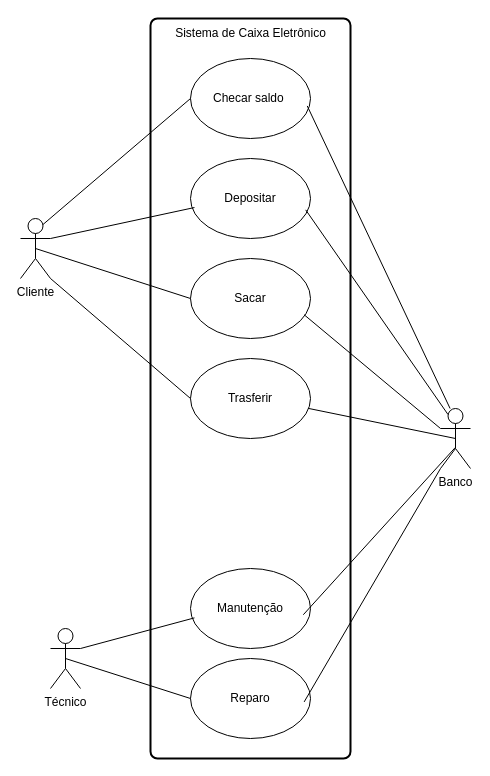
This is page "Página-2" (2 of 4) of Diagrama sem nome.drawio from Emerson0914/diagramasderequisitos, a draw.io file, before an edit. Source tidied: cells renumbered, new cells numbered last; positions are measured from the earlier drawing's top-left corner, leaving out a move shared by most shapes. Both pictures are drawn from the tidied source at 100%, with x=0, y=0 at pixel (20, 18).
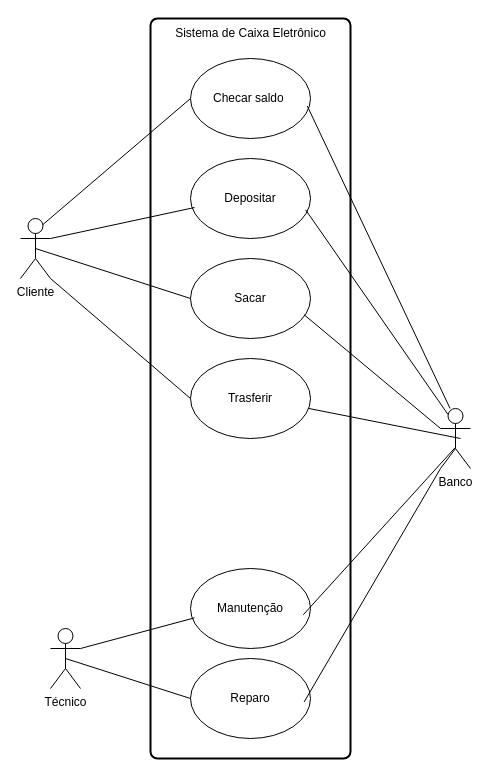
Above is the later version.

The change refers to these unchanged cells:
```xml
<mxCell id="2" value="Banco" style="shape=umlActor;verticalLabelPosition=bottom;verticalAlign=top;html=1;" parent="1" vertex="1">
  <mxGeometry x="420" y="390" width="30" height="60" as="geometry" />
</mxCell>
<mxCell id="10" value="Trasferir" style="ellipse;whiteSpace=wrap;html=1;" parent="1" vertex="1">
  <mxGeometry x="170" y="340" width="120" height="80" as="geometry" />
</mxCell>
```

The edit, as a diff of the source:
```diff
@@
-    <mxCell id="20" style="endArrow=none;html=1;rounded=0;entryX=0.5;entryY=0.5;entryDx=0;entryDy=0;entryPerimeter=0;exitX=0.98;exitY=0.623;exitDx=0;exitDy=0;exitPerimeter=0;" parent="1" edge="1" source="10" target="2">
-      <mxGeometry relative="1" as="geometry" />
+    <mxCell id="20" style="endArrow=none;html=1;rounded=0;exitX=0.98;exitY=0.623;exitDx=0;exitDy=0;exitPerimeter=0;" parent="1" edge="1" source="10">
+      <mxGeometry relative="1" as="geometry">
+        <mxPoint x="440" y="420" as="targetPoint" />
+      </mxGeometry>
     </mxCell>
```
